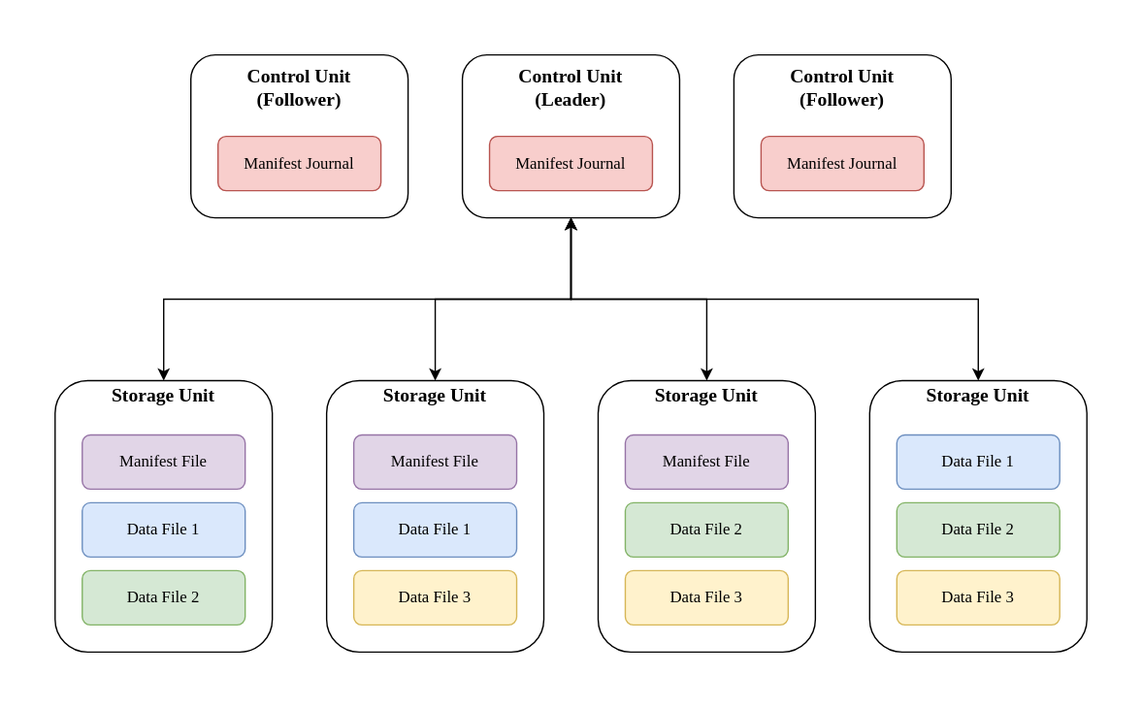
engula/engula keeps this draw.io diagram as docs/images/2021-08-01-storage-architecture.drawio.svg. Above is the earlier version. Source tidied: cells renumbered, new cells last; positions are measured from the earlier drawing's top-left corner, leaving out a move shared by most shapes.
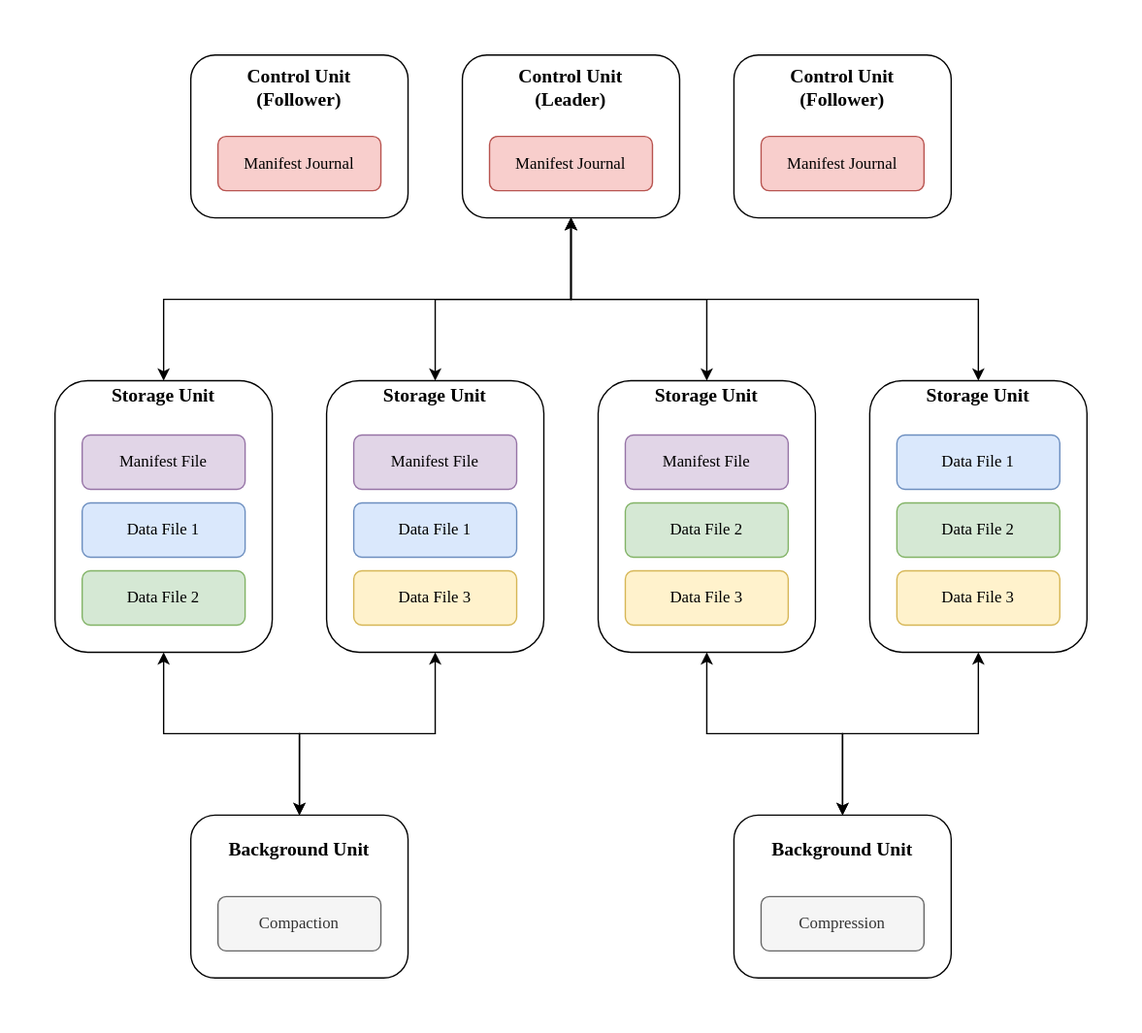
Later version of the same file.

What changed in the source:
```diff
@@ -3,7 +3,7 @@
     <mxCell id="0" />
     <mxCell id="1" parent="0" />
     <mxCell id="2" style="rounded=0;whiteSpace=wrap;html=1;strokeColor=none;" parent="1" vertex="1">
-      <mxGeometry width="840" height="520" as="geometry" />
+      <mxGeometry width="840" height="760" as="geometry" />
     </mxCell>
     <mxCell id="3" value="&lt;font style=&quot;font-size: 14px&quot;&gt;&lt;b&gt;&lt;font face=&quot;Operator Mono&quot;&gt;&lt;font style=&quot;font-size: 14px&quot;&gt;Storage Unit&lt;br&gt;&lt;/font&gt;&lt;br&gt;&lt;br&gt;&lt;br&gt;&lt;br&gt;&lt;br&gt;&lt;br&gt;&lt;br&gt;&lt;br&gt;&lt;br&gt;&lt;/font&gt;&lt;br&gt;&lt;/b&gt;&lt;/font&gt;" style="rounded=1;whiteSpace=wrap;html=1;" parent="1" vertex="1">
       <mxGeometry x="40" y="280" width="160" height="200" as="geometry" />
@@ -83,5 +83,29 @@
     <mxCell id="28" value="Manifest Journal" style="rounded=1;whiteSpace=wrap;html=1;fillColor=#f8cecc;strokeColor=#b85450;fontFamily=Operator Mono;" parent="1" vertex="1">
       <mxGeometry x="560" y="100" width="120" height="40" as="geometry" />
     </mxCell>
+    <mxCell id="29" style="edgeStyle=orthogonalEdgeStyle;rounded=0;jettySize=auto;html=1;exitX=0.5;exitY=0;exitDx=0;exitDy=0;entryX=0.5;entryY=1;entryDx=0;entryDy=0;startArrow=classic;startFill=1;" parent="1" edge="1" source="31" target="3">
+      <mxGeometry relative="1" as="geometry" />
+    </mxCell>
+    <mxCell id="30" style="edgeStyle=orthogonalEdgeStyle;rounded=0;jettySize=auto;html=1;exitX=0.5;exitY=0;exitDx=0;exitDy=0;entryX=0.5;entryY=1;entryDx=0;entryDy=0;startArrow=classic;startFill=1;" parent="1" edge="1" source="31" target="7">
+      <mxGeometry relative="1" as="geometry" />
+    </mxCell>
+    <mxCell id="31" value="&lt;font style=&quot;font-size: 14px&quot;&gt;&lt;b&gt;&lt;font face=&quot;Operator Mono&quot;&gt;&lt;font style=&quot;font-size: 14px&quot;&gt;Background Unit&lt;br&gt;&lt;/font&gt;&lt;br&gt;&lt;br&gt;&lt;br&gt;&lt;/font&gt;&lt;br&gt;&lt;/b&gt;&lt;/font&gt;" style="rounded=1;whiteSpace=wrap;html=1;" parent="1" vertex="1">
+      <mxGeometry x="140" y="600" width="160" height="120" as="geometry" />
+    </mxCell>
+    <mxCell id="32" value="Compaction" style="rounded=1;whiteSpace=wrap;html=1;fillColor=#f5f5f5;strokeColor=#666666;fontFamily=Operator Mono;fontColor=#333333;" parent="1" vertex="1">
+      <mxGeometry x="160" y="660" width="120" height="40" as="geometry" />
+    </mxCell>
+    <mxCell id="33" style="edgeStyle=orthogonalEdgeStyle;rounded=0;jettySize=auto;html=1;exitX=0.5;exitY=0;exitDx=0;exitDy=0;entryX=0.5;entryY=1;entryDx=0;entryDy=0;startArrow=classic;startFill=1;" parent="1" edge="1" source="35" target="11">
+      <mxGeometry relative="1" as="geometry" />
+    </mxCell>
+    <mxCell id="34" style="edgeStyle=orthogonalEdgeStyle;rounded=0;jettySize=auto;html=1;exitX=0.5;exitY=0;exitDx=0;exitDy=0;entryX=0.5;entryY=1;entryDx=0;entryDy=0;startArrow=classic;startFill=1;" parent="1" edge="1" source="35" target="15">
+      <mxGeometry relative="1" as="geometry" />
+    </mxCell>
+    <mxCell id="35" value="&lt;font style=&quot;font-size: 14px&quot;&gt;&lt;b&gt;&lt;font face=&quot;Operator Mono&quot;&gt;&lt;font style=&quot;font-size: 14px&quot;&gt;Background Unit&lt;br&gt;&lt;/font&gt;&lt;br&gt;&lt;br&gt;&lt;br&gt;&lt;/font&gt;&lt;br&gt;&lt;/b&gt;&lt;/font&gt;" style="rounded=1;whiteSpace=wrap;html=1;" parent="1" vertex="1">
+      <mxGeometry x="540" y="600" width="160" height="120" as="geometry" />
+    </mxCell>
+    <mxCell id="36" value="Compression" style="rounded=1;whiteSpace=wrap;html=1;fillColor=#f5f5f5;strokeColor=#666666;fontFamily=Operator Mono;fontColor=#333333;" parent="1" vertex="1">
+      <mxGeometry x="560" y="660" width="120" height="40" as="geometry" />
+    </mxCell>
   </root>
 </mxGraphModel>
```
